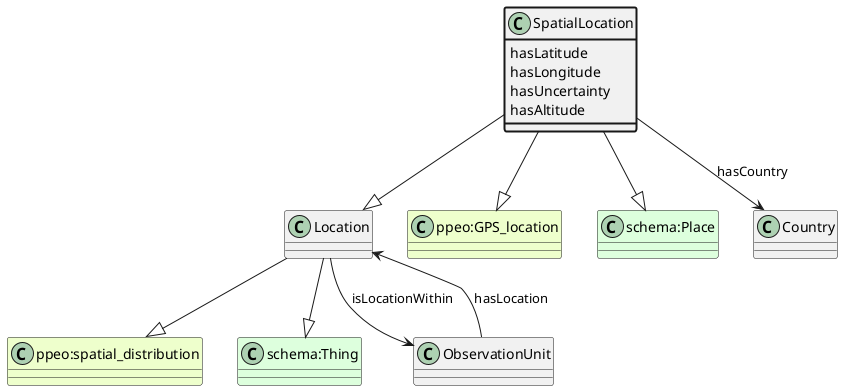
The PlantUML diagram ttl_uml/ttl_appn_SpatialLocation.png in aus-plant-phenomics-network/appn-schema, before a commit.
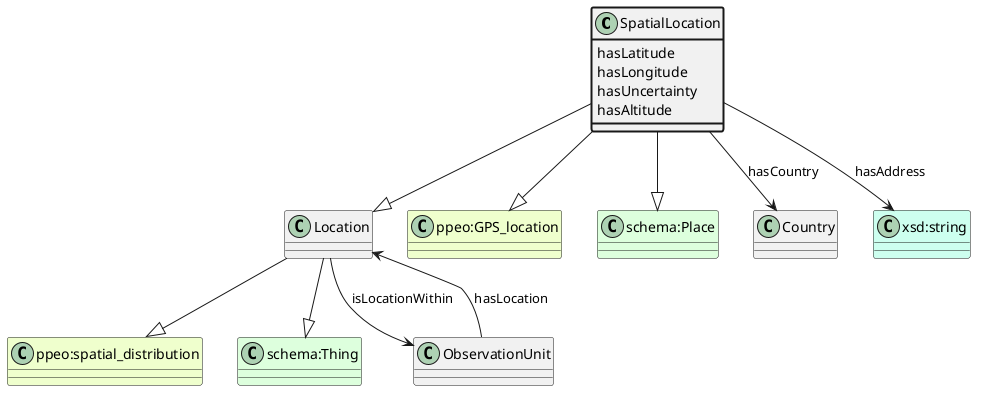
The same file after the commit.

What changed in the source:
```diff
@@ -24,6 +24,8 @@
 }
 class Country
 SpatialLocation --> Country : hasCountry
+class "xsd:string" #CCFFEE
+SpatialLocation --> "xsd:string" : hasAddress
 class ObservationUnit
 ObservationUnit --> Location : hasLocation
 class ObservationUnit
```
